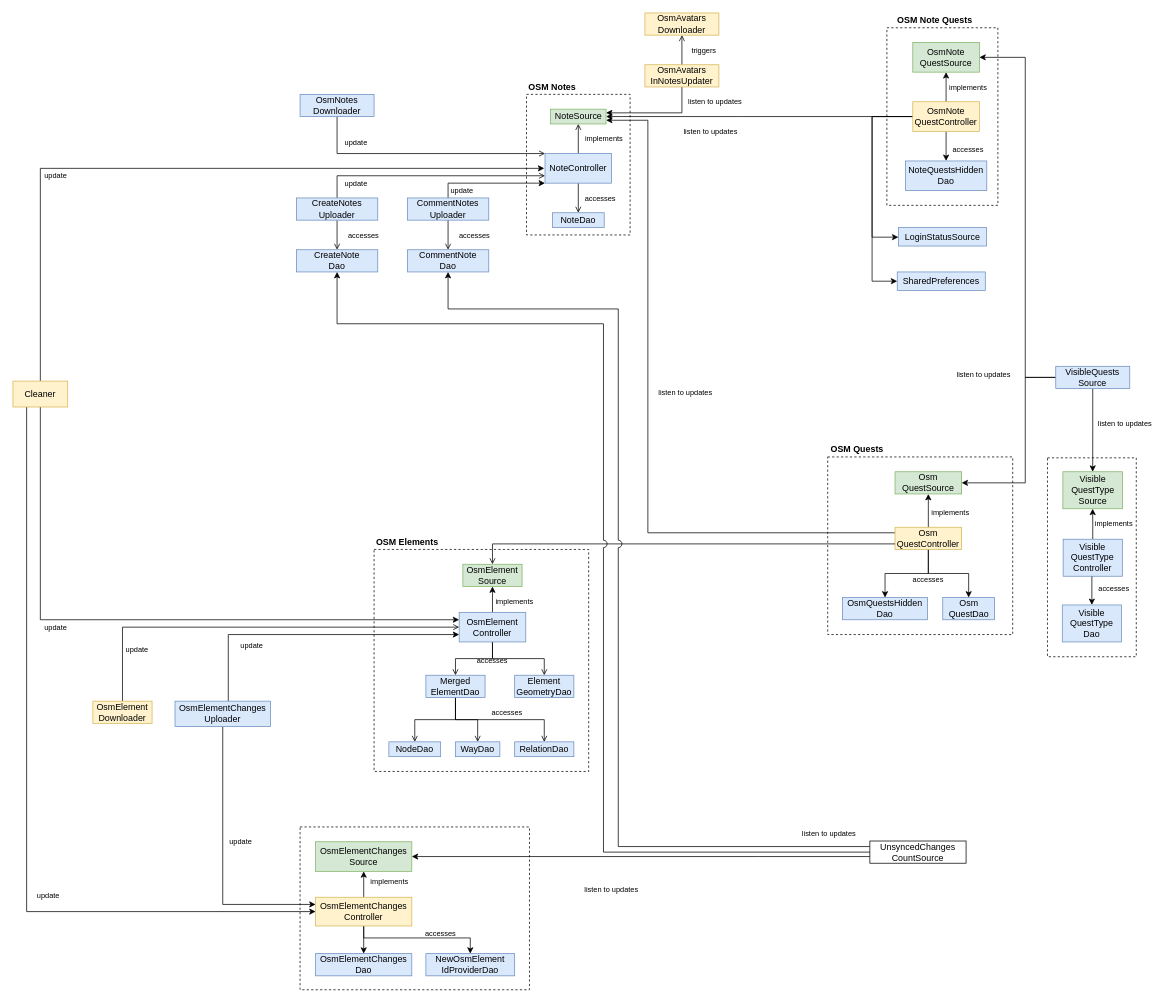
Earlier version of the draw.io diagram page "Page-2" (2 of 2) of res/overview_upload.drawio (streetcomplete/StreetComplete). Source tidied: cells renumbered, new cells numbered last; positions are measured from the earlier drawing's top-left corner, leaving out a move shared by most shapes. Both pictures are drawn from the tidied source at 74%, with x=0, y=0 at pixel (13, 13).
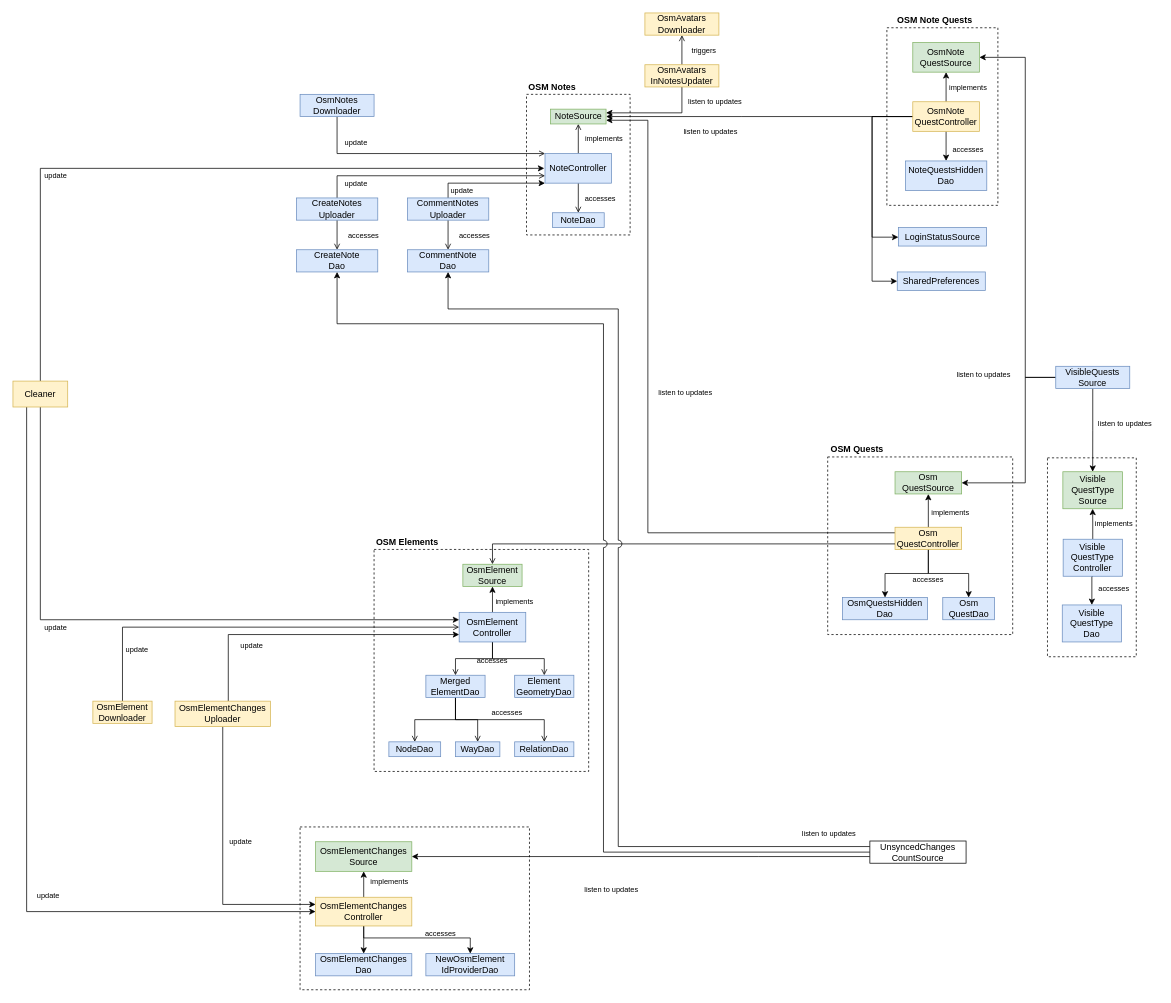
After the change.

Commit message:
update overview graph

Change to the diagram source:
```diff
@@
-    <mxCell id="120" value="OsmElementChanges&lt;br&gt;Uploader" style="rounded=0;whiteSpace=wrap;html=1;fillColor=#dae8fc;strokeColor=#6c8ebf;" parent="1" vertex="1">
+    <mxCell id="120" value="OsmElementChanges&lt;br&gt;Uploader" style="rounded=0;whiteSpace=wrap;html=1;fillColor=#fff2cc;strokeColor=#d6b656;" parent="1" vertex="1">
       <mxGeometry x="219" y="930" width="129" height="34.4" as="geometry" />
     </mxCell>
```
